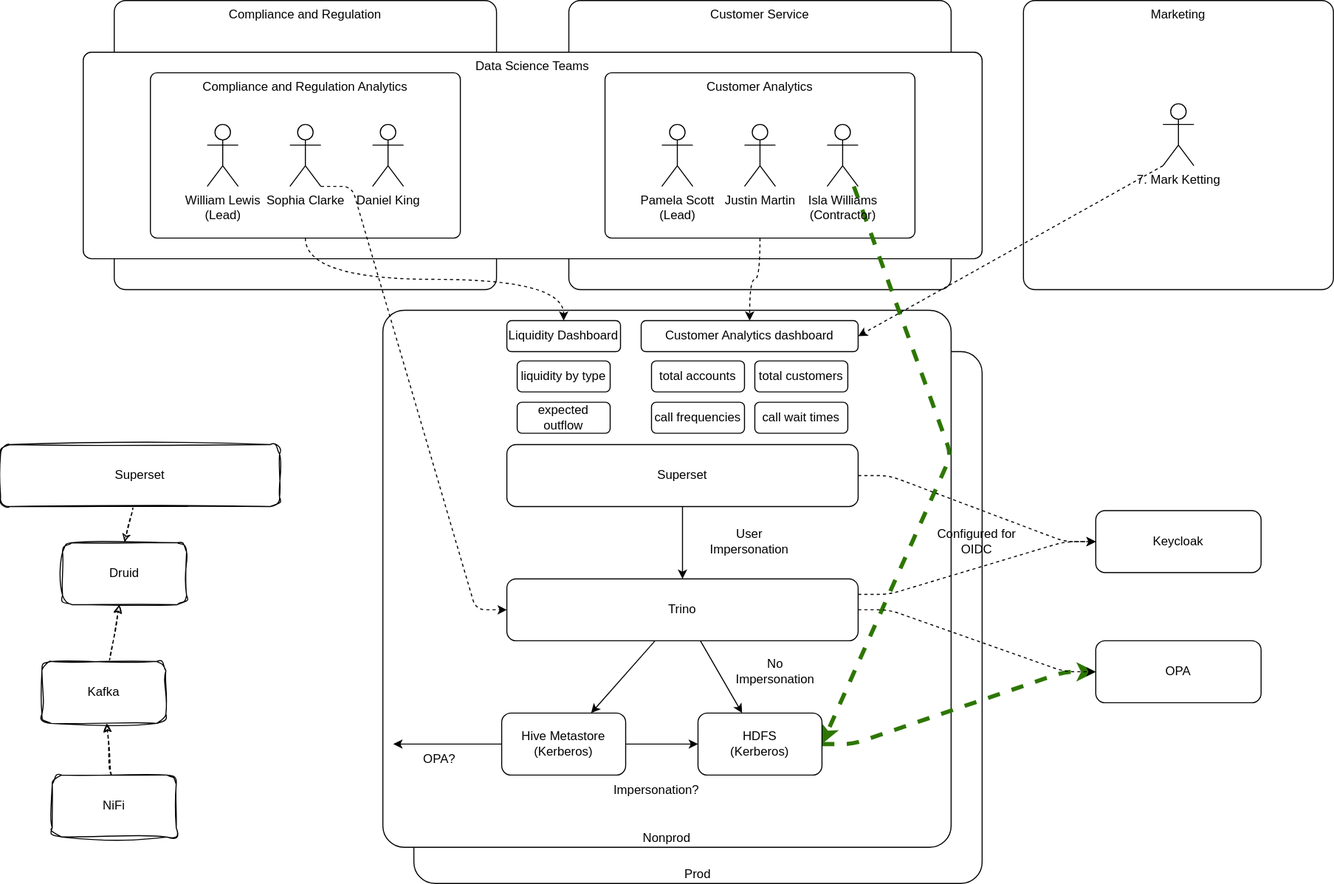
stackabletech/opa-operator keeps this draw.io diagram as hack/world.drawio.svg. Above is the earlier version. Source tidied: cells renumbered, new cells last; positions are measured from the earlier drawing's top-left corner, leaving out a move shared by most shapes. The source it was exported from:
```xml
<mxGraphModel>
  <root>
    <mxCell id="0" />
    <mxCell id="1" parent="0" />
    <mxCell id="2" value="Prod" style="rounded=1;whiteSpace=wrap;html=1;verticalAlign=bottom;arcSize=4;" parent="1" vertex="1">
      <mxGeometry x="400" y="340" width="550" height="515" as="geometry" />
    </mxCell>
    <mxCell id="3" value="Nonprod" style="rounded=1;whiteSpace=wrap;html=1;verticalAlign=bottom;arcSize=4;" parent="1" vertex="1">
      <mxGeometry x="370" y="300" width="550" height="520" as="geometry" />
    </mxCell>
    <mxCell id="4" value="Compliance and Regulation" style="rounded=1;whiteSpace=wrap;html=1;verticalAlign=top;arcSize=4;" parent="1" vertex="1">
      <mxGeometry x="110" width="370" height="280" as="geometry" />
    </mxCell>
    <mxCell id="5" value="Customer Service" style="rounded=1;whiteSpace=wrap;html=1;verticalAlign=top;arcSize=4;" parent="1" vertex="1">
      <mxGeometry x="550" width="370" height="280" as="geometry" />
    </mxCell>
    <mxCell id="6" value="Data Science Teams" style="rounded=1;whiteSpace=wrap;html=1;align=center;fillColor=default;verticalAlign=top;arcSize=4;" parent="1" vertex="1">
      <mxGeometry x="80" y="50" width="870" height="200" as="geometry" />
    </mxCell>
    <mxCell id="7" style="edgeStyle=orthogonalEdgeStyle;html=1;dashed=1;exitX=0.5;exitY=1;exitDx=0;exitDy=0;curved=1;" parent="1" edge="1" source="14" target="38">
      <mxGeometry relative="1" as="geometry" />
    </mxCell>
    <mxCell id="8" style="edgeStyle=orthogonalEdgeStyle;curved=1;html=1;exitX=0.5;exitY=1;exitDx=0;exitDy=0;entryX=0.5;entryY=0;entryDx=0;entryDy=0;dashed=1;strokeWidth=1;" parent="1" edge="1" source="9" target="37">
      <mxGeometry relative="1" as="geometry" />
    </mxCell>
    <mxCell id="9" value="Compliance and Regulation Analytics" style="rounded=1;whiteSpace=wrap;html=1;verticalAlign=top;arcSize=4;" parent="1" vertex="1">
      <mxGeometry x="145" y="70" width="300" height="160" as="geometry" />
    </mxCell>
    <mxCell id="10" value="William Lewis&lt;br&gt;(Lead)" style="shape=umlActor;verticalLabelPosition=bottom;verticalAlign=top;html=1;" parent="1" vertex="1">
      <mxGeometry x="200" y="120" width="30" height="60" as="geometry" />
    </mxCell>
    <mxCell id="11" style="edgeStyle=entityRelationEdgeStyle;html=1;dashed=1;exitX=1;exitY=1;exitDx=0;exitDy=0;exitPerimeter=0;" parent="1" edge="1" source="12" target="31">
      <mxGeometry relative="1" as="geometry" />
    </mxCell>
    <mxCell id="12" value="Sophia Clarke" style="shape=umlActor;verticalLabelPosition=bottom;verticalAlign=top;html=1;outlineConnect=0;" parent="1" vertex="1">
      <mxGeometry x="280" y="120" width="30" height="60" as="geometry" />
    </mxCell>
    <mxCell id="13" value="Daniel King" style="shape=umlActor;verticalLabelPosition=bottom;verticalAlign=top;html=1;" parent="1" vertex="1">
      <mxGeometry x="360" y="120" width="30" height="60" as="geometry" />
    </mxCell>
    <mxCell id="14" value="Customer Analytics" style="rounded=1;whiteSpace=wrap;html=1;verticalAlign=top;arcSize=4;" parent="1" vertex="1">
      <mxGeometry x="585" y="70" width="300" height="160" as="geometry" />
    </mxCell>
    <mxCell id="15" value="Pamela Scott&lt;br&gt;(Lead)" style="shape=umlActor;verticalLabelPosition=bottom;verticalAlign=top;html=1;" parent="1" vertex="1">
      <mxGeometry x="640" y="120" width="30" height="60" as="geometry" />
    </mxCell>
    <mxCell id="16" value="Justin Martin" style="shape=umlActor;verticalLabelPosition=bottom;verticalAlign=top;html=1;" parent="1" vertex="1">
      <mxGeometry x="720" y="120" width="30" height="60" as="geometry" />
    </mxCell>
    <mxCell id="17" style="edgeStyle=none;html=1;entryX=1;entryY=0.5;entryDx=0;entryDy=0;dashed=1;fillColor=#60a917;strokeColor=#2D7600;strokeWidth=4;" parent="1" edge="1" source="18" target="23">
      <mxGeometry relative="1" as="geometry">
        <Array as="points">
          <mxPoint x="920" y="440" />
        </Array>
      </mxGeometry>
    </mxCell>
    <mxCell id="18" value="Isla Williams&lt;br&gt;(Contractor)" style="shape=umlActor;verticalLabelPosition=bottom;verticalAlign=top;html=1;outlineConnect=0;" parent="1" vertex="1">
      <mxGeometry x="800" y="120" width="30" height="60" as="geometry" />
    </mxCell>
    <mxCell id="19" value="Druid" style="rounded=1;whiteSpace=wrap;html=1;sketch=1;curveFitting=1;jiggle=2;" parent="1" vertex="1">
      <mxGeometry x="60" y="525" width="120" height="60" as="geometry" />
    </mxCell>
    <mxCell id="20" style="edgeStyle=none;html=1;" parent="1" edge="1" source="21" target="23">
      <mxGeometry relative="1" as="geometry" />
    </mxCell>
    <mxCell id="21" value="Hive Metastore&lt;br&gt;(Kerberos)" style="rounded=1;whiteSpace=wrap;html=1;" parent="1" vertex="1">
      <mxGeometry x="485" y="690" width="120" height="60" as="geometry" />
    </mxCell>
    <mxCell id="22" style="edgeStyle=entityRelationEdgeStyle;html=1;dashed=1;fillColor=#60a917;strokeColor=#2D7600;strokeWidth=4;" parent="1" edge="1" source="23" target="50">
      <mxGeometry relative="1" as="geometry" />
    </mxCell>
    <mxCell id="23" value="HDFS&lt;br&gt;(Kerberos)" style="rounded=1;whiteSpace=wrap;html=1;" parent="1" vertex="1">
      <mxGeometry x="675" y="690" width="120" height="60" as="geometry" />
    </mxCell>
    <mxCell id="24" style="edgeStyle=none;html=1;entryX=0.5;entryY=0;entryDx=0;entryDy=0;" parent="1" edge="1" source="26" target="31">
      <mxGeometry relative="1" as="geometry" />
    </mxCell>
    <mxCell id="25" style="edgeStyle=entityRelationEdgeStyle;html=1;dashed=1;exitX=1;exitY=0.5;exitDx=0;exitDy=0;entryX=0;entryY=0.5;entryDx=0;entryDy=0;" parent="1" edge="1" source="26" target="49">
      <mxGeometry relative="1" as="geometry" />
    </mxCell>
    <mxCell id="26" value="Superset" style="rounded=1;whiteSpace=wrap;html=1;" parent="1" vertex="1">
      <mxGeometry x="490" y="430" width="340" height="60" as="geometry" />
    </mxCell>
    <mxCell id="27" style="edgeStyle=none;html=1;" parent="1" edge="1" source="31" target="21">
      <mxGeometry relative="1" as="geometry" />
    </mxCell>
    <mxCell id="28" style="edgeStyle=none;html=1;" parent="1" edge="1" source="31" target="23">
      <mxGeometry relative="1" as="geometry" />
    </mxCell>
    <mxCell id="29" style="edgeStyle=entityRelationEdgeStyle;html=1;dashed=1;exitX=1;exitY=0.25;exitDx=0;exitDy=0;" parent="1" edge="1" source="31" target="49">
      <mxGeometry relative="1" as="geometry" />
    </mxCell>
    <mxCell id="30" style="edgeStyle=entityRelationEdgeStyle;html=1;entryX=0;entryY=0.5;entryDx=0;entryDy=0;dashed=1;" parent="1" edge="1" source="31" target="50">
      <mxGeometry relative="1" as="geometry" />
    </mxCell>
    <mxCell id="31" value="Trino" style="rounded=1;whiteSpace=wrap;html=1;" parent="1" vertex="1">
      <mxGeometry x="490" y="560" width="340" height="60" as="geometry" />
    </mxCell>
    <mxCell id="32" value="User Impersonation" style="text;html=1;strokeColor=none;fillColor=none;align=center;verticalAlign=middle;whiteSpace=wrap;rounded=0;" parent="1" vertex="1">
      <mxGeometry x="680" y="509" width="90" height="30" as="geometry" />
    </mxCell>
    <mxCell id="33" style="edgeStyle=none;html=1;dashed=1;sketch=1;curveFitting=1;jiggle=2;" parent="1" edge="1" source="34" target="19">
      <mxGeometry relative="1" as="geometry" />
    </mxCell>
    <mxCell id="34" value="Kafka" style="rounded=1;whiteSpace=wrap;html=1;sketch=1;curveFitting=1;jiggle=2;" parent="1" vertex="1">
      <mxGeometry x="40" y="640" width="120" height="60" as="geometry" />
    </mxCell>
    <mxCell id="35" style="edgeStyle=none;html=1;dashed=1;sketch=1;curveFitting=1;jiggle=2;" parent="1" edge="1" source="36" target="34">
      <mxGeometry relative="1" as="geometry" />
    </mxCell>
    <mxCell id="36" value="NiFi" style="rounded=1;whiteSpace=wrap;html=1;sketch=1;curveFitting=1;jiggle=2;" parent="1" vertex="1">
      <mxGeometry x="50" y="750" width="120" height="60" as="geometry" />
    </mxCell>
    <mxCell id="37" value="Liquidity Dashboard" style="rounded=1;whiteSpace=wrap;html=1;fillColor=none;" parent="1" vertex="1">
      <mxGeometry x="490" y="310" width="110" height="30" as="geometry" />
    </mxCell>
    <mxCell id="38" value="Customer Analytics dashboard" style="rounded=1;whiteSpace=wrap;html=1;fillColor=none;" parent="1" vertex="1">
      <mxGeometry x="620" y="310" width="210" height="30" as="geometry" />
    </mxCell>
    <mxCell id="39" value="expected outflow" style="rounded=1;whiteSpace=wrap;html=1;fillColor=none;" parent="1" vertex="1">
      <mxGeometry x="500" y="389" width="90" height="30" as="geometry" />
    </mxCell>
    <mxCell id="40" style="edgeStyle=none;html=1;entryX=0.5;entryY=0;entryDx=0;entryDy=0;dashed=1;sketch=1;curveFitting=1;jiggle=2;" parent="1" edge="1" source="41" target="19">
      <mxGeometry relative="1" as="geometry" />
    </mxCell>
    <mxCell id="41" value="Superset" style="rounded=1;whiteSpace=wrap;html=1;sketch=1;curveFitting=1;jiggle=2;" parent="1" vertex="1">
      <mxGeometry y="430" width="270" height="60" as="geometry" />
    </mxCell>
    <mxCell id="42" value="call frequencies" style="rounded=1;whiteSpace=wrap;html=1;fillColor=none;" parent="1" vertex="1">
      <mxGeometry x="630" y="389" width="90" height="30" as="geometry" />
    </mxCell>
    <mxCell id="43" value="call wait times" style="rounded=1;whiteSpace=wrap;html=1;fillColor=none;" parent="1" vertex="1">
      <mxGeometry x="730" y="389" width="90" height="30" as="geometry" />
    </mxCell>
    <mxCell id="44" value="Marketing" style="rounded=1;whiteSpace=wrap;html=1;verticalAlign=top;arcSize=4;" parent="1" vertex="1">
      <mxGeometry x="990" width="300" height="280" as="geometry" />
    </mxCell>
    <mxCell id="45" style="html=1;entryX=1;entryY=0.5;entryDx=0;entryDy=0;dashed=1;exitX=0;exitY=1;exitDx=0;exitDy=0;exitPerimeter=0;" parent="1" edge="1" source="55" target="38">
      <mxGeometry relative="1" as="geometry" />
    </mxCell>
    <mxCell id="46" value="total accounts" style="rounded=1;whiteSpace=wrap;html=1;fillColor=none;" parent="1" vertex="1">
      <mxGeometry x="630" y="349" width="90" height="30" as="geometry" />
    </mxCell>
    <mxCell id="47" value="total customers" style="rounded=1;whiteSpace=wrap;html=1;fillColor=none;" parent="1" vertex="1">
      <mxGeometry x="730" y="349" width="90" height="30" as="geometry" />
    </mxCell>
    <mxCell id="48" value="liquidity by type" style="rounded=1;whiteSpace=wrap;html=1;fillColor=none;" parent="1" vertex="1">
      <mxGeometry x="500" y="349" width="90" height="30" as="geometry" />
    </mxCell>
    <mxCell id="49" value="Keycloak" style="rounded=1;whiteSpace=wrap;html=1;" parent="1" vertex="1">
      <mxGeometry x="1060" y="494" width="160" height="60" as="geometry" />
    </mxCell>
    <mxCell id="50" value="OPA" style="rounded=1;whiteSpace=wrap;html=1;" parent="1" vertex="1">
      <mxGeometry x="1060" y="620" width="160" height="60" as="geometry" />
    </mxCell>
    <mxCell id="51" value="No Impersonation" style="text;html=1;strokeColor=none;fillColor=none;align=center;verticalAlign=middle;whiteSpace=wrap;rounded=0;" parent="1" vertex="1">
      <mxGeometry x="705" y="635" width="90" height="30" as="geometry" />
    </mxCell>
    <mxCell id="52" value="Impersonation?" style="text;html=1;strokeColor=none;fillColor=none;align=center;verticalAlign=middle;whiteSpace=wrap;rounded=0;" parent="1" vertex="1">
      <mxGeometry x="590" y="750" width="90" height="30" as="geometry" />
    </mxCell>
    <mxCell id="53" value="OPA?" style="text;html=1;strokeColor=none;fillColor=none;align=center;verticalAlign=middle;whiteSpace=wrap;rounded=0;" parent="1" vertex="1">
      <mxGeometry x="380" y="720" width="90" height="30" as="geometry" />
    </mxCell>
    <mxCell id="54" style="edgeStyle=none;html=1;exitX=0;exitY=0.5;exitDx=0;exitDy=0;" parent="1" edge="1" source="21">
      <mxGeometry relative="1" as="geometry">
        <mxPoint x="380" y="720" as="targetPoint" />
      </mxGeometry>
    </mxCell>
    <mxCell id="55" value="7. Mark Ketting" style="shape=umlActor;verticalLabelPosition=bottom;verticalAlign=top;html=1;outlineConnect=0;" parent="1" vertex="1">
      <mxGeometry x="1125" y="100" width="30" height="60" as="geometry" />
    </mxCell>
    <mxCell id="56" value="Configured for OIDC" style="text;html=1;strokeColor=none;fillColor=none;align=center;verticalAlign=middle;whiteSpace=wrap;rounded=0;" parent="1" vertex="1">
      <mxGeometry x="900" y="509" width="90" height="30" as="geometry" />
    </mxCell>
  </root>
</mxGraphModel>
```
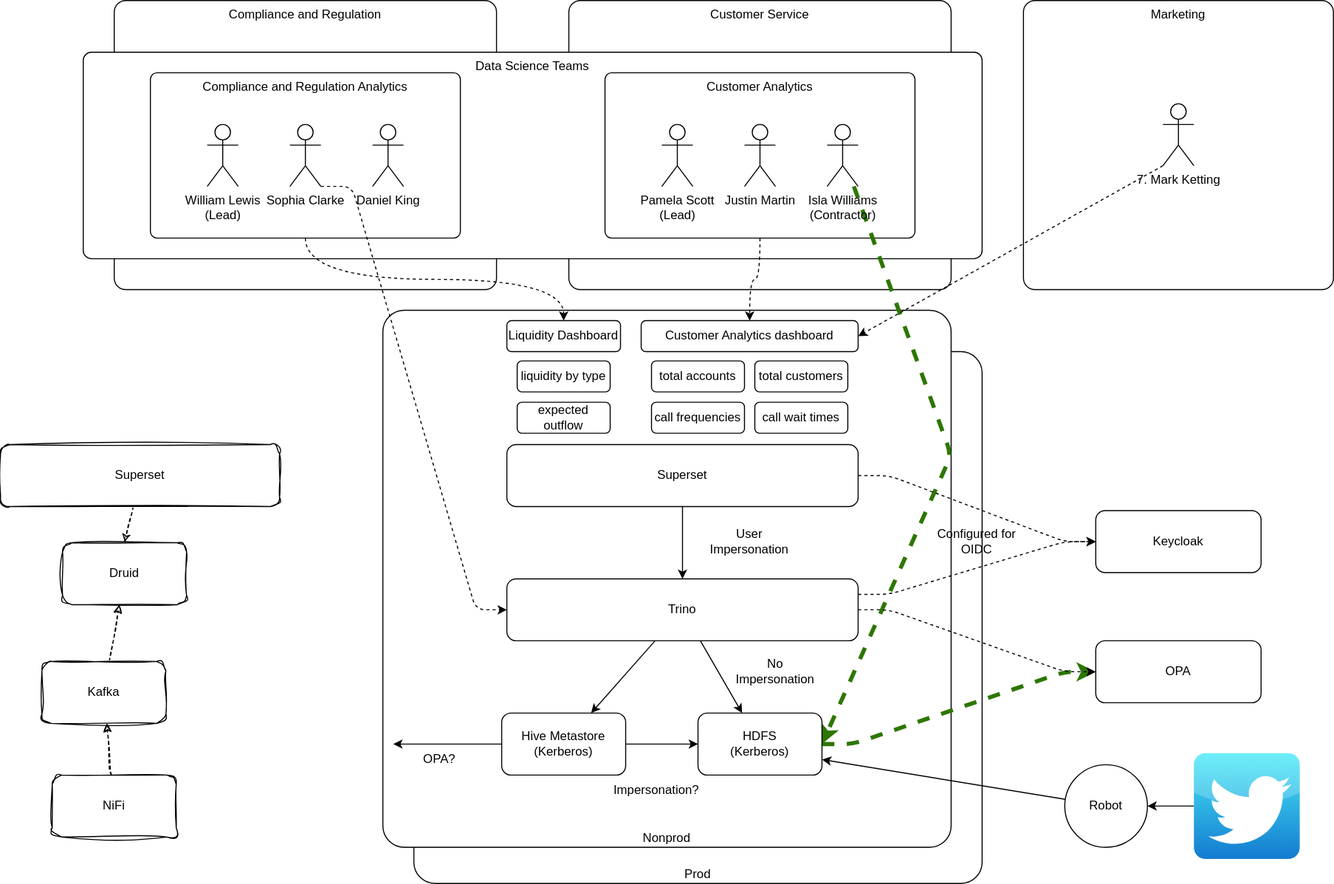
Later version of the same file.

Change to the diagram source:
```diff
@@ -173,5 +173,17 @@
     <mxCell id="56" value="Configured for OIDC" style="text;html=1;strokeColor=none;fillColor=none;align=center;verticalAlign=middle;whiteSpace=wrap;rounded=0;" parent="1" vertex="1">
       <mxGeometry x="900" y="509" width="90" height="30" as="geometry" />
     </mxCell>
+    <mxCell id="57" style="edgeStyle=none;html=1;entryX=1;entryY=0.5;entryDx=0;entryDy=0;" parent="1" edge="1" source="58" target="60">
+      <mxGeometry relative="1" as="geometry" />
+    </mxCell>
+    <mxCell id="58" style="dashed=0;outlineConnect=0;html=1;align=center;labelPosition=center;verticalLabelPosition=bottom;verticalAlign=top;shape=mxgraph.webicons.twitter;fillColor=#49EAF7;gradientColor=#137BD0;" parent="1" vertex="1">
+      <mxGeometry x="1155" y="728.8" width="102.4" height="102.4" as="geometry" />
+    </mxCell>
+    <mxCell id="59" style="edgeStyle=none;html=1;entryX=1;entryY=0.75;entryDx=0;entryDy=0;" parent="1" edge="1" source="60" target="23">
+      <mxGeometry relative="1" as="geometry" />
+    </mxCell>
+    <mxCell id="60" value="Robot" style="ellipse;whiteSpace=wrap;html=1;" parent="1" vertex="1">
+      <mxGeometry x="1030" y="740" width="80" height="80" as="geometry" />
+    </mxCell>
   </root>
 </mxGraphModel>
```
